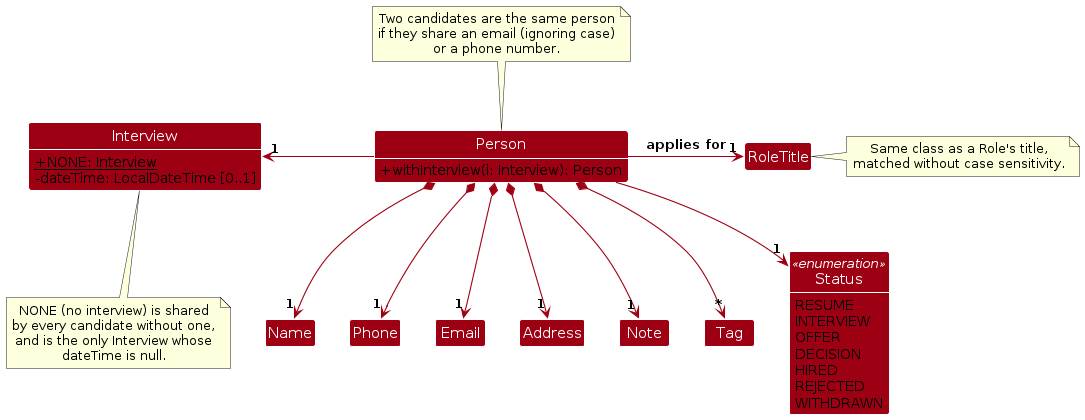
Before: diagrams/CandidateClassDiagram.png, a diagram exported from PlantUML (AY2627S1-CS2103-F12-3/tp). Its source is kept beside it as diagrams/CandidateClassDiagram.puml. Its diagram source:
```plantuml
@startuml
!include style.puml
skinparam arrowThickness 1.1
skinparam arrowColor MODEL_COLOR
skinparam classBackgroundColor MODEL_COLOR
skinparam classAttributeIconSize 0

Class Person {
    +withInterview(i: Interview): Person
}
Class Name
Class Phone
Class Email
Class Address
Class Note
Class Tag
Class RoleTitle
Class Interview {
    {static} +NONE: Interview
    -dateTime: LocalDateTime [0..1]
}
Enum Status <<enumeration>> {
    RESUME
    INTERVIEW
    OFFER
    DECISION
    HIRED
    REJECTED
    WITHDRAWN
}

show Person methods
show Interview fields
show Status fields

Person *--> "1" Name
Person *--> "1" Phone
Person *--> "1" Email
Person *--> "1" Address
Person *--> "1" Note
Person *--> "*" Tag
Person -right-> "1" RoleTitle : applies for
Person -left-> "1" Interview
Person --> "1" Status

Name -[hidden]right-> Phone
Phone -[hidden]right-> Email
Email -[hidden]right-> Address
Address -[hidden]right-> Note
Note -[hidden]right-> Tag

note right of RoleTitle
Same class as a Role's title,
matched without case sensitivity.
end note

note top of Person
Two candidates are the same person
if they share an email (ignoring case)
or a phone number.
end note

note bottom of Interview
NONE (no interview) is shared
by every candidate without one,
and is the only Interview whose
dateTime is null.
end note

@enduml
```
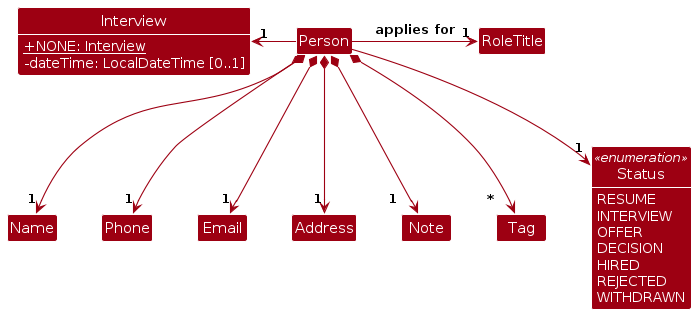
After the commit.

The edit, as a diff of the source:
```diff
@@ -4,10 +4,11 @@
 skinparam arrowColor MODEL_COLOR
 skinparam classBackgroundColor MODEL_COLOR
 skinparam classAttributeIconSize 0
+skinparam classAttributeFontColor #FFFFFF
+skinparam nodesep 45
+skinparam ranksep 70
 
-Class Person {
-    +withInterview(i: Interview): Person
-}
+Class Person
 Class Name
 Class Phone
 Class Email
@@ -29,7 +30,6 @@
     WITHDRAWN
 }
 
-show Person methods
 show Interview fields
 show Status fields
 
@@ -37,8 +37,8 @@
 Person *--> "1" Phone
 Person *--> "1" Email
 Person *--> "1" Address
-Person *--> "1" Note
-Person *--> "*" Tag
+Person *--> "1   " Note
+Person *--> "~*   " Tag
 Person -right-> "1" RoleTitle : applies for
 Person -left-> "1" Interview
 Person --> "1" Status
@@ -49,22 +49,4 @@
 Address -[hidden]right-> Note
 Note -[hidden]right-> Tag
 
-note right of RoleTitle
-Same class as a Role's title,
-matched without case sensitivity.
-end note
-
-note top of Person
-Two candidates are the same person
-if they share an email (ignoring case)
-or a phone number.
-end note
-
-note bottom of Interview
-NONE (no interview) is shared
-by every candidate without one,
-and is the only Interview whose
-dateTime is null.
-end note
-
 @enduml
```
